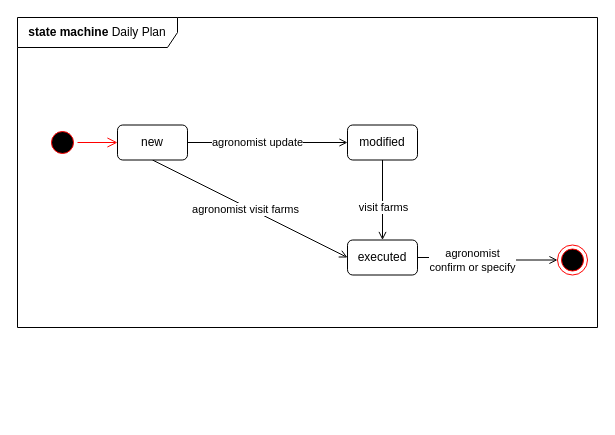
This is page "Daily Plan" (2 of 2) of RASD/diagrams/State Diagram.drawio from ictar/DREAM-SE2-Project-2022, a draw.io file, before an edit. Source tidied: cells renumbered, new cells numbered last; positions are measured from the earlier drawing's top-left corner, leaving out a move shared by most shapes. Both pictures are drawn from the tidied source at 100%, with x=0, y=0 at pixel (17, 17).
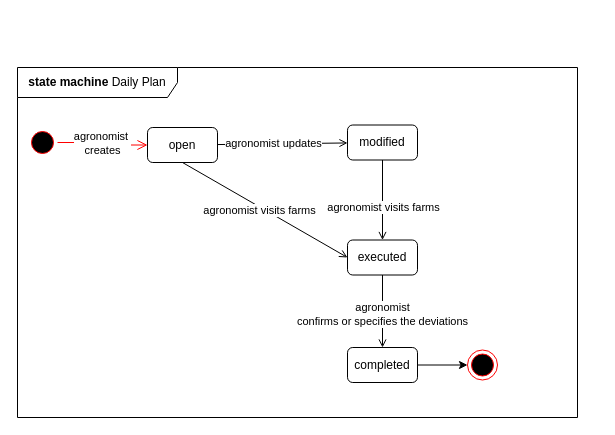
After the change.

Unchanged cells that the change refers to:
```xml
<mxCell id="4" style="edgeStyle=orthogonalEdgeStyle;html=1;verticalAlign=bottom;endArrow=open;endSize=8;strokeColor=#ff0000;rounded=0;entryX=0;entryY=0.5;entryDx=0;entryDy=0;" parent="1" edge="1" source="3" target="9">
  <mxGeometry relative="1" as="geometry" />
</mxCell>
<mxCell id="5" style="edgeStyle=none;rounded=0;jettySize=auto;html=1;endArrow=open;endFill=0;" parent="1" edge="1" source="9" target="12">
  <mxGeometry relative="1" as="geometry" />
</mxCell>
<mxCell id="7" style="edgeStyle=none;rounded=0;jettySize=auto;html=1;exitX=0.5;exitY=1;exitDx=0;exitDy=0;entryX=0;entryY=0.5;entryDx=0;entryDy=0;endArrow=open;endFill=0;" parent="1" edge="1" source="9" target="15">
  <mxGeometry relative="1" as="geometry" />
</mxCell>
<mxCell id="10" style="edgeStyle=none;rounded=0;jettySize=auto;html=1;endArrow=open;endFill=0;" parent="1" edge="1" source="12" target="15">
  <mxGeometry relative="1" as="geometry" />
</mxCell>
<mxCell id="15" value="executed" style="rounded=1;whiteSpace=wrap;html=1;" parent="1" vertex="1">
  <mxGeometry x="330" y="222.5" width="70" height="35" as="geometry" />
</mxCell>
```

The edit, as a diff of the source:
```diff
@@
     <mxCell id="2" value="&lt;b&gt;state machine&lt;/b&gt;&amp;nbsp;Daily Plan" style="shape=umlFrame;whiteSpace=wrap;html=1;width=160;height=30;" parent="1" vertex="1">
-      <mxGeometry width="580" height="310" as="geometry" />
+      <mxGeometry y="50" width="560" height="350" as="geometry" />
     </mxCell>
     <mxCell id="3" style="ellipse;html=1;shape=startState;fillColor=#000000;strokeColor=#ff0000;" parent="1" vertex="1">
-      <mxGeometry x="30" y="110" width="30" height="30" as="geometry" />
+      <mxGeometry x="10" y="110" width="30" height="30" as="geometry" />
     </mxCell>
@@
+    <mxCell id="17" value="agronomist&amp;nbsp;&lt;br&gt;creates" style="edgeLabel;html=1;align=center;verticalAlign=middle;" parent="4" vertex="1">
+      <mxGeometry x="-0.04" relative="1" as="geometry" />
+    </mxCell>
@@
-    <mxCell id="6" value="agronomist update" style="edgeLabel;html=1;align=center;verticalAlign=middle;" parent="5" vertex="1">
+    <mxCell id="6" value="agronomist updates" style="edgeLabel;html=1;align=center;verticalAlign=middle;" parent="5" vertex="1">
       <mxGeometry x="-0.14" y="1" relative="1" as="geometry" />
     </mxCell>
@@
-    <mxCell id="8" value="agronomist visit farms" style="edgeLabel;html=1;align=center;verticalAlign=middle;" parent="7" vertex="1">
+    <mxCell id="8" value="agronomist visits farms" style="edgeLabel;html=1;align=center;verticalAlign=middle;" parent="7" vertex="1">
       <mxGeometry x="-0.05" y="-2" relative="1" as="geometry">
         <mxPoint y="1" as="offset" />
       </mxGeometry>
     </mxCell>
-    <mxCell id="9" value="new" style="rounded=1;whiteSpace=wrap;html=1;" parent="1" vertex="1">
-      <mxGeometry x="100" y="107.5" width="70" height="35" as="geometry" />
+    <mxCell id="9" value="open" style="rounded=1;whiteSpace=wrap;html=1;" parent="1" vertex="1">
+      <mxGeometry x="130" y="110" width="70" height="35" as="geometry" />
     </mxCell>
@@
-    <mxCell id="11" value="visit farms" style="edgeLabel;html=1;align=center;verticalAlign=middle;" parent="10" vertex="1">
+    <mxCell id="11" value="agronomist visits farms" style="edgeLabel;html=1;align=center;verticalAlign=middle;" parent="10" vertex="1">
       <mxGeometry x="-0.24" y="-1" relative="1" as="geometry">
         <mxPoint x="1" y="17" as="offset" />
       </mxGeometry>
     </mxCell>
@@
-    <mxCell id="13" style="edgeStyle=elbowEdgeStyle;rounded=0;jettySize=auto;html=1;endArrow=open;endFill=0;" parent="1" edge="1" target="16">
-      <mxGeometry relative="1" as="geometry">
-        <mxPoint x="340" y="240" as="sourcePoint" />
-        <Array as="points">
-          <mxPoint x="460" y="170" />
-          <mxPoint x="380" y="183" />
-        </Array>
-      </mxGeometry>
-    </mxCell>
-    <mxCell id="14" value="agronomist &lt;br&gt;confirm or specify" style="edgeLabel;html=1;align=center;verticalAlign=middle;" parent="13" vertex="1">
-      <mxGeometry x="0.13" y="-2" relative="1" as="geometry" />
-    </mxCell>
+    <mxCell id="18" style="edgeStyle=orthogonalEdgeStyle;rounded=0;jettySize=auto;html=1;endArrow=open;endFill=0;" parent="1" edge="1" source="15" target="21">
+      <mxGeometry relative="1" as="geometry" />
+    </mxCell>
+    <mxCell id="19" value="agronomist&lt;br&gt;confirms or specifies the deviations" style="edgeLabel;html=1;align=center;verticalAlign=middle;" parent="18" vertex="1">
+      <mxGeometry x="0.06" y="-1" relative="1" as="geometry">
+        <mxPoint y="1" as="offset" />
+      </mxGeometry>
+    </mxCell>
@@
     <mxCell id="16" style="ellipse;html=1;shape=endState;fillColor=#000000;strokeColor=#ff0000;" parent="1" vertex="1">
-      <mxGeometry x="540" y="227.5" width="30" height="30" as="geometry" />
+      <mxGeometry x="450" y="332.5" width="30" height="30" as="geometry" />
     </mxCell>
+    <mxCell id="20" style="edgeStyle=orthogonalEdgeStyle;rounded=0;jettySize=auto;html=1;" parent="1" edge="1" source="21" target="16">
+      <mxGeometry relative="1" as="geometry" />
+    </mxCell>
+    <mxCell id="21" value="completed" style="rounded=1;whiteSpace=wrap;html=1;" parent="1" vertex="1">
+      <mxGeometry x="330" y="330" width="70" height="35" as="geometry" />
+    </mxCell>
```
